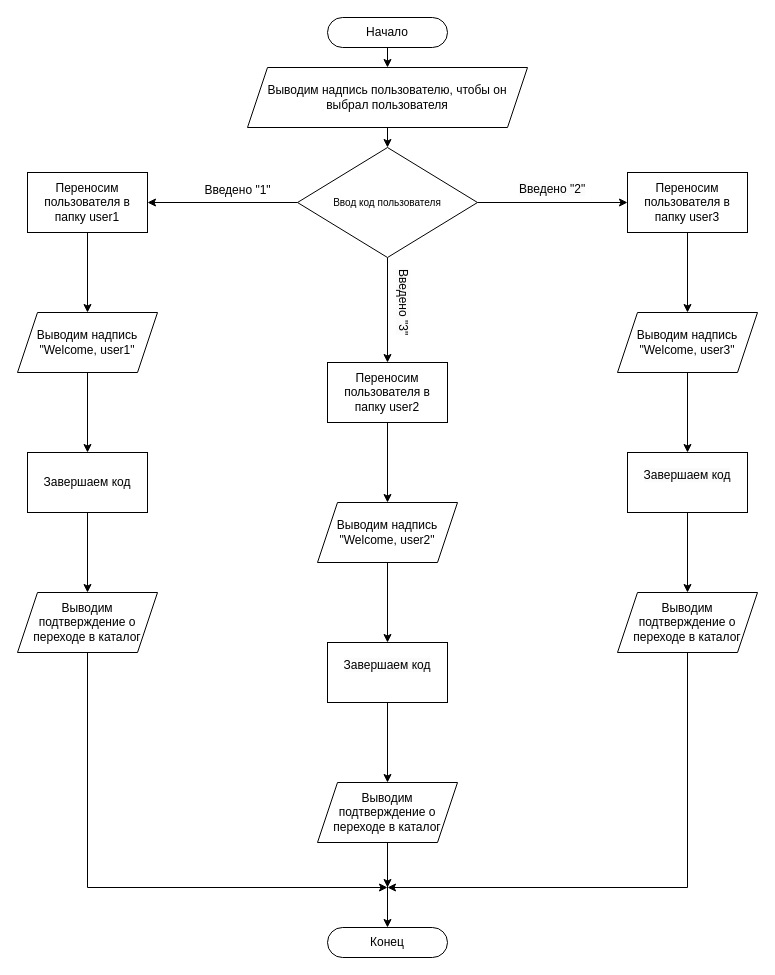
Before: DosBox.drawio in VMataruev/lab01, a draw.io diagram. Source tidied: cells renumbered, new cells numbered last; positions are measured from the earlier drawing's top-left corner, leaving out a move shared by most shapes. Both pictures are drawn from the tidied source at 100%, with x=0, y=0 at pixel (17, 17).
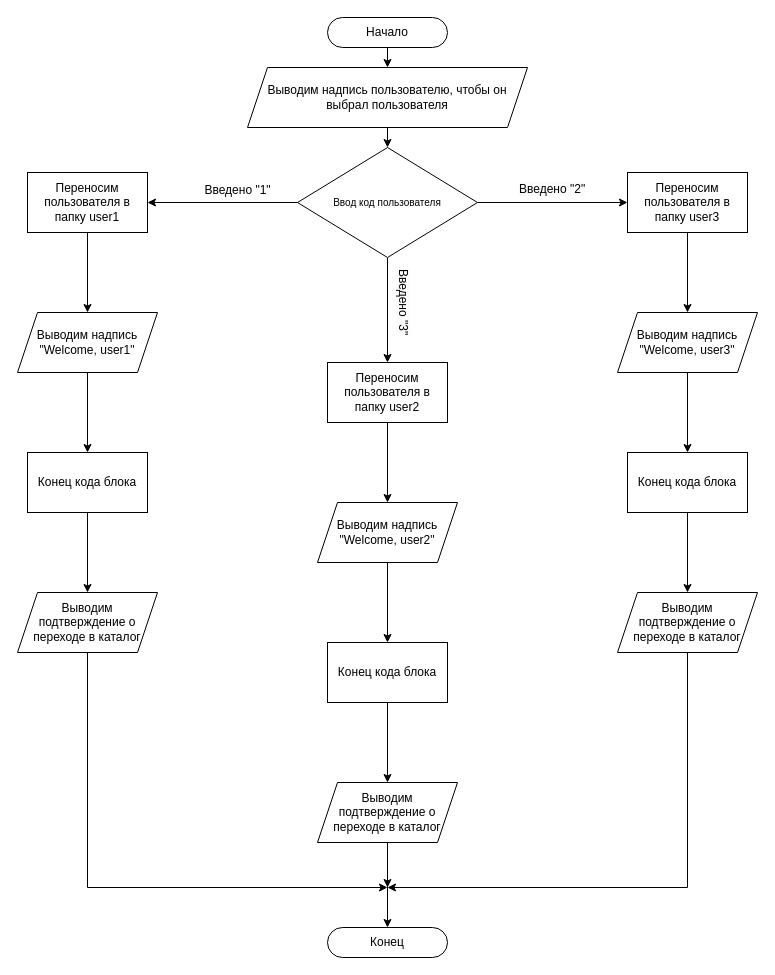
The same diagram, later.

What changed in the source:
```diff
@@
-    <mxCell id="23" value="Завершаем код" style="whiteSpace=wrap;html=1;" parent="1" vertex="1">
+    <mxCell id="23" value="Конец кода блока" style="whiteSpace=wrap;html=1;" parent="1" vertex="1">
       <mxGeometry x="10" y="435" width="120" height="60" as="geometry" />
     </mxCell>
@@
-    <mxCell id="25" value="&#10;&lt;span style=&quot;color: rgb(0, 0, 0); font-family: Helvetica; font-size: 12px; font-style: normal; font-variant-ligatures: normal; font-variant-caps: normal; font-weight: 400; letter-spacing: normal; orphans: 2; text-align: center; text-indent: 0px; text-transform: none; widows: 2; word-spacing: 0px; -webkit-text-stroke-width: 0px; background-color: rgb(251, 251, 251); text-decoration-thickness: initial; text-decoration-style: initial; text-decoration-color: initial; float: none; display: inline !important;&quot;&gt;Завершаем код&lt;/span&gt;&#10;&#10;" style="whiteSpace=wrap;html=1;" parent="1" vertex="1">
+    <mxCell id="25" value="Конец кода блока" style="whiteSpace=wrap;html=1;" parent="1" vertex="1">
       <mxGeometry x="310" y="625" width="120" height="60" as="geometry" />
     </mxCell>
@@
-    <mxCell id="27" value="&#10;&lt;span style=&quot;color: rgb(0, 0, 0); font-family: Helvetica; font-size: 12px; font-style: normal; font-variant-ligatures: normal; font-variant-caps: normal; font-weight: 400; letter-spacing: normal; orphans: 2; text-align: center; text-indent: 0px; text-transform: none; widows: 2; word-spacing: 0px; -webkit-text-stroke-width: 0px; background-color: rgb(251, 251, 251); text-decoration-thickness: initial; text-decoration-style: initial; text-decoration-color: initial; float: none; display: inline !important;&quot;&gt;Завершаем код&lt;/span&gt;&#10;&#10;" style="whiteSpace=wrap;html=1;" parent="1" vertex="1">
+    <mxCell id="27" value="Конец кода блока" style="whiteSpace=wrap;html=1;" parent="1" vertex="1">
       <mxGeometry x="610" y="435" width="120" height="60" as="geometry" />
     </mxCell>
```
